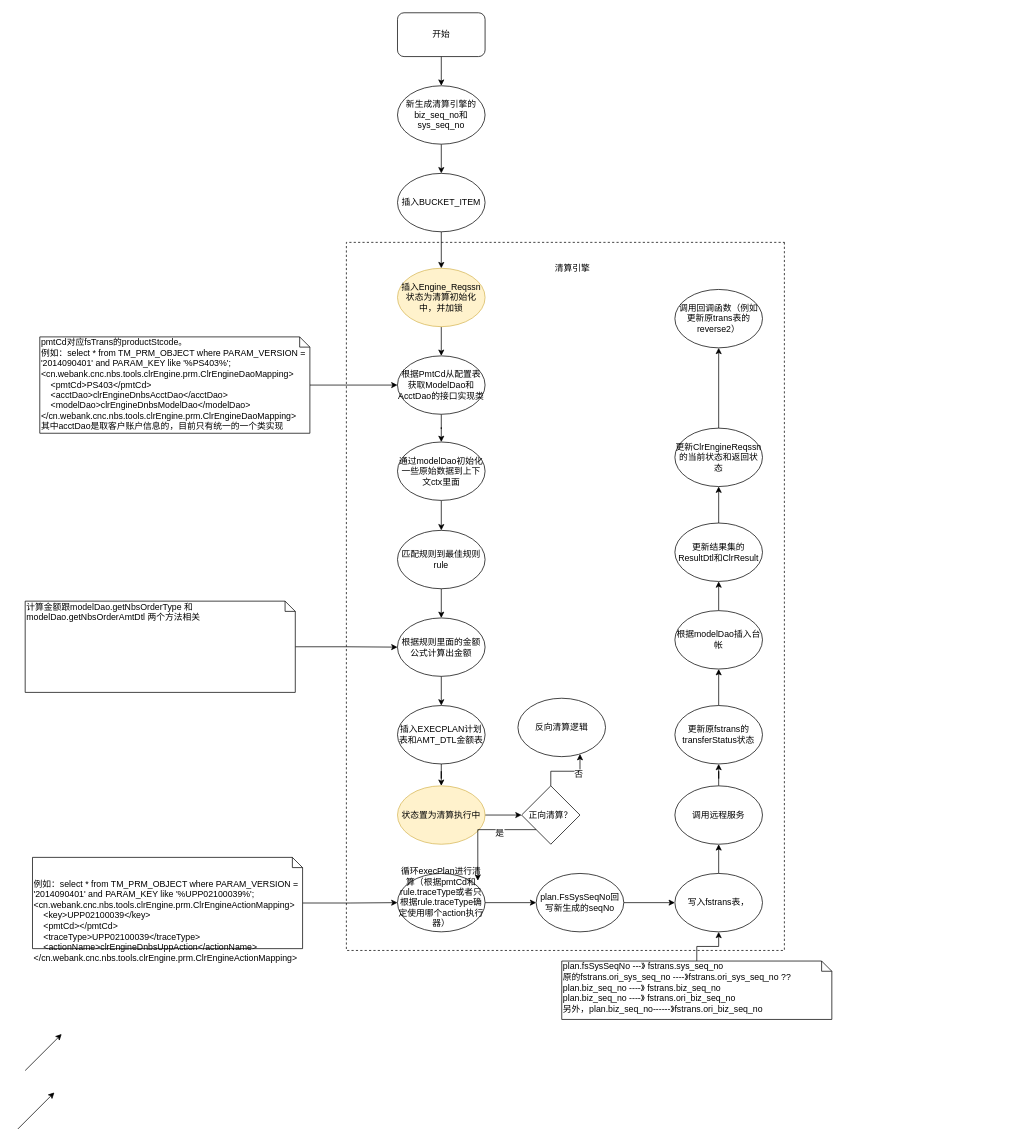
Earlier version of the draw.io diagram 清算引擎.drawio (staconfree/design). Source tidied: cells renumbered, new cells numbered last; positions are measured from the earlier drawing's top-left corner, leaving out a move shared by most shapes. Both pictures are drawn from the tidied source at 73%, with x=0, y=0 at pixel (18, 12).
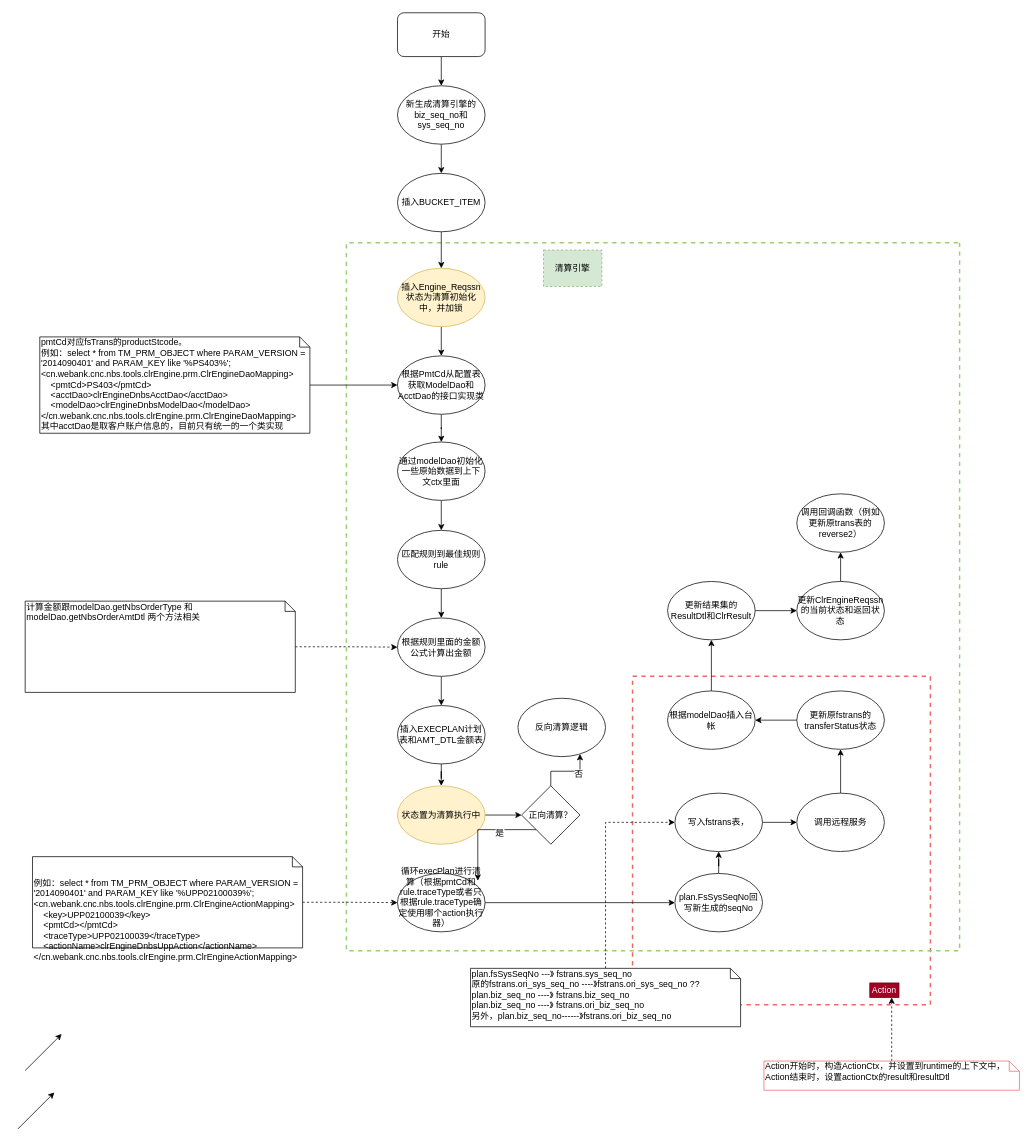
The same page after the edit.

Commit message:
更新清算引擎.drawio

Unchanged cells that the change refers to:
```xml
<mxCell id="20" value="根据规则里面的金额公式计算出金额" style="ellipse;whiteSpace=wrap;html=1;" parent="1" vertex="1">
  <mxGeometry x="520" y="829" width="120" height="80" as="geometry" />
</mxCell>
<mxCell id="26" value="&lt;div&gt;循环execPlan进行清算（根据pmtCd和rule.traceType或者只根据rule.traceType确定使用哪个action执行器）&lt;br&gt;&lt;/div&gt;&lt;div&gt;&lt;br&gt;&lt;/div&gt;" style="ellipse;whiteSpace=wrap;html=1;" parent="1" vertex="1">
  <mxGeometry x="520" y="1179" width="120" height="80" as="geometry" />
</mxCell>
<mxCell id="42" value="计算金额跟modelDao.getNbsOrderType 和modelDao.getNbsOrderAmtDtl 两个方法相关" style="shape=note;whiteSpace=wrap;html=1;size=14;verticalAlign=top;align=left;spacingTop=-6;" parent="1" vertex="1">
  <mxGeometry x="10" y="806" width="370" height="125" as="geometry" />
</mxCell>
```

Diff of the diagram source:
```diff
@@
+    <mxCell id="57" style="rounded=0;whiteSpace=wrap;html=1;dashed=1;fillColor=none;direction=south;strokeColor=#EA6B66;strokeWidth=2;" parent="1" vertex="1">
+      <mxGeometry x="842" y="909" width="408" height="450" as="geometry" />
+    </mxCell>
-    <mxCell id="2" style="rounded=0;whiteSpace=wrap;html=1;dashed=1;fillColor=none;direction=south;" parent="1" vertex="1">
-      <mxGeometry x="450" y="314.5" width="600" height="970" as="geometry" />
+    <mxCell id="2" style="rounded=0;whiteSpace=wrap;html=1;dashed=1;fillColor=none;direction=south;strokeColor=#97D077;strokeWidth=2;" parent="1" vertex="1">
+      <mxGeometry x="450" y="315" width="840" height="970" as="geometry" />
     </mxCell>
@@
-    <mxCell id="27" style="edgeStyle=orthogonalEdgeStyle;rounded=0;jettySize=auto;html=1;" parent="1" edge="1" source="28" target="26">
+    <mxCell id="27" style="edgeStyle=orthogonalEdgeStyle;rounded=0;jettySize=auto;html=1;dashed=1;" parent="1" edge="1" source="28" target="26">
       <mxGeometry relative="1" as="geometry" />
     </mxCell>
     <mxCell id="28" value="&lt;div&gt;&lt;br&gt;&lt;/div&gt;&lt;div&gt;&lt;br&gt;&lt;/div&gt;&lt;div&gt;例如：select * from TM_PRM_OBJECT where PARAM_VERSION = '2014090401' and PARAM_KEY like '%UPP02100039%';&lt;/div&gt;&amp;lt;cn.webank.cnc.nbs.tools.clrEngine.prm.ClrEngineActionMapping&amp;gt;&lt;br&gt;&amp;nbsp;&amp;nbsp;&amp;nbsp; &amp;lt;key&amp;gt;UPP02100039&amp;lt;/key&amp;gt;&lt;br&gt;&amp;nbsp;&amp;nbsp;&amp;nbsp; &amp;lt;pmtCd&amp;gt;&amp;lt;/pmtCd&amp;gt;&lt;br&gt;&amp;nbsp;&amp;nbsp;&amp;nbsp; &amp;lt;traceType&amp;gt;UPP02100039&amp;lt;/traceType&amp;gt;&lt;br&gt;&amp;nbsp;&amp;nbsp;&amp;nbsp; &amp;lt;actionName&amp;gt;clrEngineDnbsUppAction&amp;lt;/actionName&amp;gt;&lt;br&gt;&amp;lt;/cn.webank.cnc.nbs.tools.clrEngine.prm.ClrEngineActionMapping&amp;gt;" style="shape=note;whiteSpace=wrap;html=1;size=14;verticalAlign=top;align=left;spacingTop=-6;" parent="1" vertex="1">
-      <mxGeometry x="20" y="1157" width="370" height="125" as="geometry" />
+      <mxGeometry x="20" y="1156" width="370" height="125" as="geometry" />
     </mxCell>
@@
     <mxCell id="30" value="plan.FsSysSeqNo回写新生成的seqNo" style="ellipse;whiteSpace=wrap;html=1;" parent="1" vertex="1">
-      <mxGeometry x="710" y="1179" width="120" height="80" as="geometry" />
+      <mxGeometry x="900" y="1179" width="120" height="80" as="geometry" />
     </mxCell>
@@
     <mxCell id="32" value="写入fstrans表，" style="ellipse;whiteSpace=wrap;html=1;" parent="1" vertex="1">
-      <mxGeometry x="900" y="1179" width="120" height="80" as="geometry" />
+      <mxGeometry x="900" y="1069" width="120" height="80" as="geometry" />
     </mxCell>
-    <mxCell id="33" style="edgeStyle=orthogonalEdgeStyle;rounded=0;jettySize=auto;html=1;" parent="1" edge="1" source="34" target="32">
-      <mxGeometry relative="1" as="geometry" />
+    <mxCell id="33" style="edgeStyle=orthogonalEdgeStyle;rounded=0;jettySize=auto;html=1;dashed=1;" parent="1" edge="1" source="34" target="32">
+      <mxGeometry relative="1" as="geometry">
+        <Array as="points">
+          <mxPoint x="805" y="1109" />
+        </Array>
+      </mxGeometry>
     </mxCell>
     <mxCell id="34" value="&lt;div&gt;plan.fsSysSeqNo ---》 fstrans.sys_seq_no&lt;/div&gt;&lt;div&gt;原的fstrans.ori_sys_seq_no ----》fstrans.ori_sys_seq_no ??&lt;br&gt;&lt;/div&gt;&lt;div&gt;plan.biz_seq_no ----》 fstrans.biz_seq_no&lt;/div&gt;&lt;div&gt;plan.biz_seq_no ----》 fstrans.ori_biz_seq_no&lt;/div&gt;&lt;div&gt;另外，plan.biz_seq_no------》fstrans.ori_biz_seq_no&lt;br&gt;&lt;/div&gt;" style="shape=note;whiteSpace=wrap;html=1;size=14;verticalAlign=top;align=left;spacingTop=-6;" parent="1" vertex="1">
-      <mxGeometry x="745" y="1299" width="370" height="80" as="geometry" />
+      <mxGeometry x="620" y="1309" width="370" height="80" as="geometry" />
     </mxCell>
@@
     <mxCell id="36" value="调用远程服务" style="ellipse;whiteSpace=wrap;html=1;" parent="1" vertex="1">
-      <mxGeometry x="900" y="1059" width="120" height="80" as="geometry" />
+      <mxGeometry x="1067" y="1069" width="120" height="80" as="geometry" />
     </mxCell>
@@
     <mxCell id="38" value="更新原fstrans的transferStatus状态" style="ellipse;whiteSpace=wrap;html=1;" parent="1" vertex="1">
-      <mxGeometry x="900" y="949" width="120" height="80" as="geometry" />
+      <mxGeometry x="1067" y="929" width="120" height="80" as="geometry" />
     </mxCell>
@@
     <mxCell id="40" value="根据modelDao插入台帐" style="ellipse;whiteSpace=wrap;html=1;" parent="1" vertex="1">
-      <mxGeometry x="900" y="819" width="120" height="80" as="geometry" />
+      <mxGeometry x="890" y="929" width="120" height="80" as="geometry" />
     </mxCell>
-    <mxCell id="41" style="edgeStyle=orthogonalEdgeStyle;rounded=0;jettySize=auto;html=1;" parent="1" edge="1" source="42" target="20">
+    <mxCell id="41" style="edgeStyle=orthogonalEdgeStyle;rounded=0;jettySize=auto;html=1;dashed=1;" parent="1" edge="1" source="42" target="20">
       <mxGeometry relative="1" as="geometry" />
     </mxCell>
@@
     <mxCell id="44" value="&lt;div&gt;更新ClrEngineReqssn的当前状态和返回状态&lt;/div&gt;" style="ellipse;whiteSpace=wrap;html=1;" parent="1" vertex="1">
-      <mxGeometry x="900" y="569" width="120" height="80" as="geometry" />
+      <mxGeometry x="1067" y="779" width="120" height="80" as="geometry" />
     </mxCell>
     <mxCell id="45" value="调用回调函数（例如更新原trans表的reverse2）" style="ellipse;whiteSpace=wrap;html=1;" parent="1" vertex="1">
-      <mxGeometry x="900" y="379" width="120" height="80" as="geometry" />
+      <mxGeometry x="1067" y="659" width="120" height="80" as="geometry" />
     </mxCell>
-    <mxCell id="46" value="&lt;div&gt;清算引擎&lt;/div&gt;" style="text;html=1;strokeColor=none;fillColor=none;align=center;verticalAlign=middle;whiteSpace=wrap;rounded=0;dashed=1;" parent="1" vertex="1">
+    <mxCell id="46" value="&lt;div&gt;清算引擎&lt;/div&gt;" style="text;html=1;strokeColor=#82b366;fillColor=#d5e8d4;align=center;verticalAlign=middle;whiteSpace=wrap;rounded=0;dashed=1;" parent="1" vertex="1">
       <mxGeometry x="720" y="325" width="80" height="50" as="geometry" />
     </mxCell>
@@
     <mxCell id="48" value="更新结果集的ResultDtl和ClrResult" style="ellipse;whiteSpace=wrap;html=1;fillColor=none;" parent="1" vertex="1">
-      <mxGeometry x="900" y="699" width="120" height="80" as="geometry" />
+      <mxGeometry x="890" y="779" width="120" height="80" as="geometry" />
     </mxCell>
@@
+    <mxCell id="58" value="Action" style="text;html=1;strokeColor=#6F0000;fillColor=#a20025;align=center;verticalAlign=middle;whiteSpace=wrap;rounded=0;fontColor=#ffffff;" parent="1" vertex="1">
+      <mxGeometry x="1167" y="1329" width="40" height="20" as="geometry" />
+    </mxCell>
+    <mxCell id="59" style="edgeStyle=orthogonalEdgeStyle;rounded=0;jettySize=auto;html=1;dashed=1;entryX=0.75;entryY=1;entryDx=0;entryDy=0;" parent="1" edge="1" source="60" target="58">
+      <mxGeometry relative="1" as="geometry" />
+    </mxCell>
+    <mxCell id="60" value="&lt;div&gt;Action开始时，构造ActionCtx，并设置到runtime的上下文中，&lt;/div&gt;&lt;div&gt;Action结束时，设置actionCtx的result和resultDtl&lt;/div&gt;" style="shape=note;whiteSpace=wrap;html=1;size=14;verticalAlign=top;align=left;spacingTop=-6;strokeColor=#EA6B66;" parent="1" vertex="1">
+      <mxGeometry x="1022" y="1436" width="350" height="40" as="geometry" />
+    </mxCell>
```
